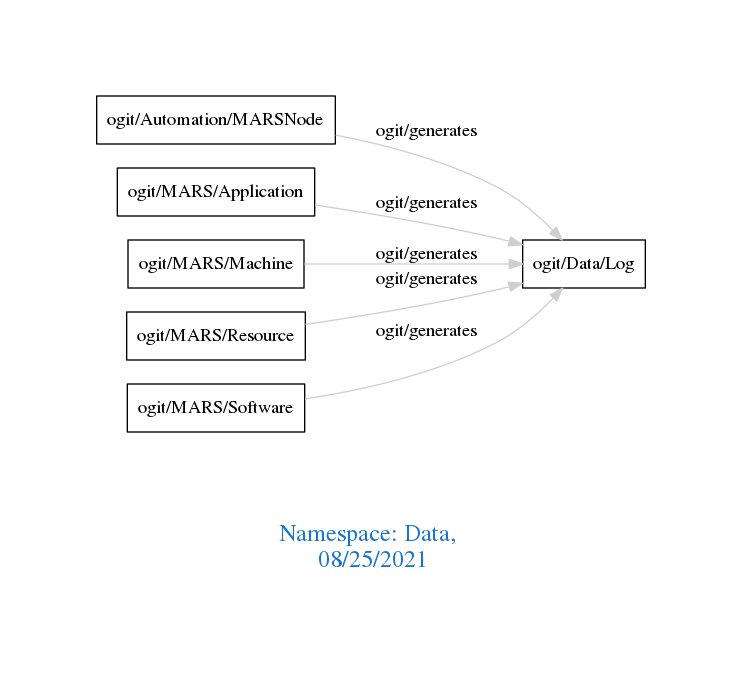
arago/OGIT keeps this Graphviz diagram as downloads/Data.png. Above is the earlier version. Its source is kept beside it as downloads/Data.dot.
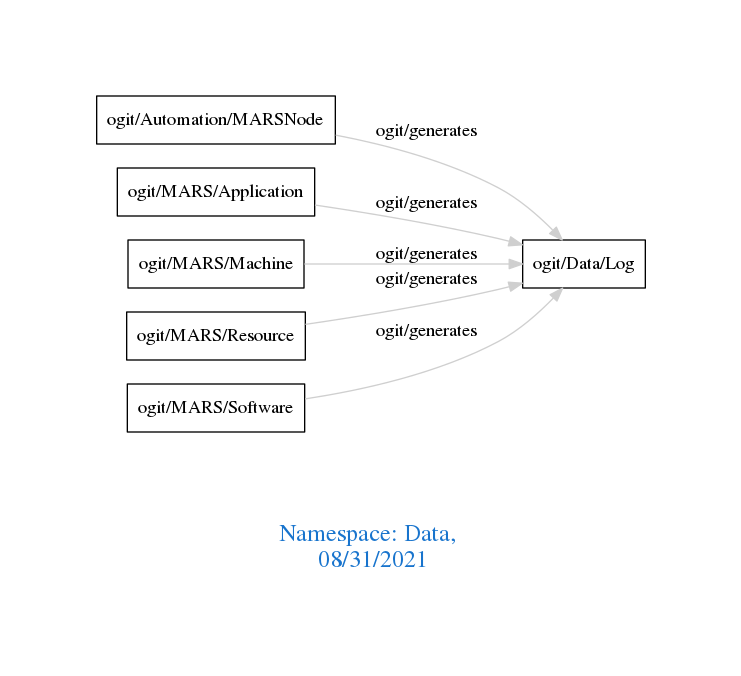
The same file after the commit.

Diff of the diagram source:
```diff
@@ -1,7 +1,7 @@
 digraph OGIT_ontology {
  graph [ rankdir= LR,pad=1
 fontsize = 18,
-fontcolor= dodgerblue3,label = "\n\n\nNamespace: Data, \n 08/25/2021"];
+fontcolor= dodgerblue3,label = "\n\n\nNamespace: Data, \n 08/31/2021"];
 node[shape=polygon];
 edge [  color="gray81"];
 
```
